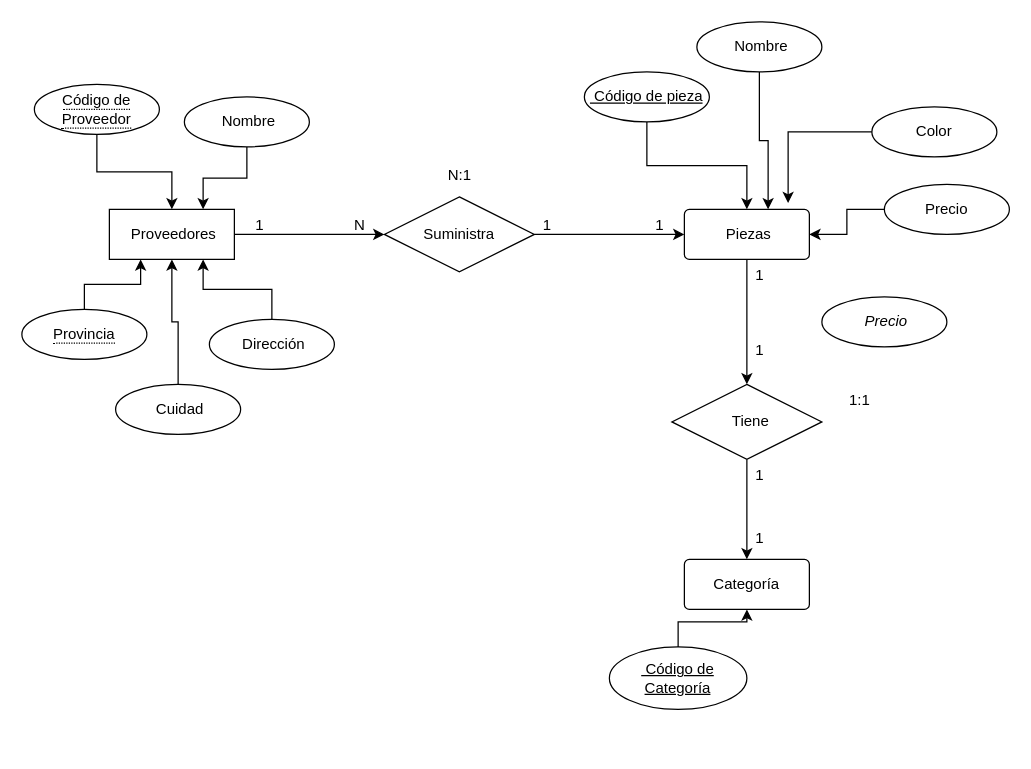
Earlier version of the draw.io diagram Diagrama sin título.drawio (KarlaCNS/pilares). Source tidied: cells renumbered, new cells numbered last; positions are measured from the earlier drawing's top-left corner, leaving out a move shared by most shapes. Both pictures are drawn from the tidied source at 125%, with x=0, y=0 at pixel (21, 21).
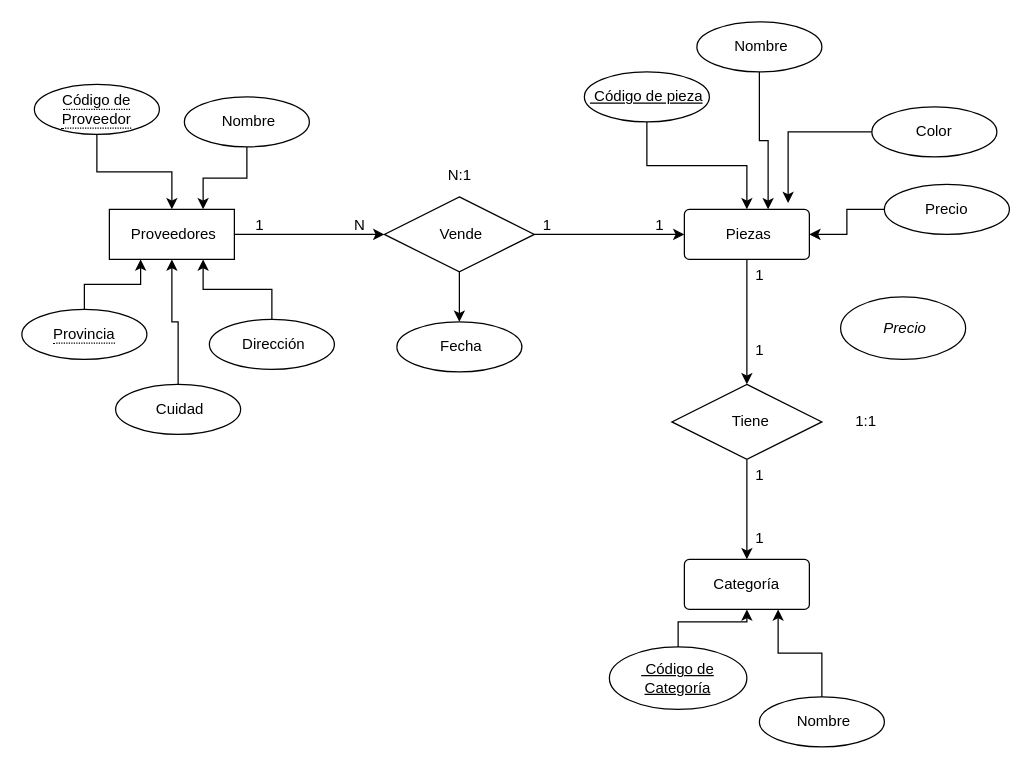
The same diagram, later.

The change refers to these unchanged cells:
```xml
<mxCell id="10" value="&amp;nbsp;Categoría&amp;nbsp;" style="rounded=1;arcSize=10;whiteSpace=wrap;html=1;align=center;" parent="1" vertex="1">
  <mxGeometry x="530" y="430" width="100" height="40" as="geometry" />
</mxCell>
```

Diff of the diagram source:
```diff
@@
+    <mxCell id="42" style="edgeStyle=orthogonalEdgeStyle;rounded=0;jettySize=auto;html=1;" parent="1" edge="1" source="5" target="45">
+      <mxGeometry relative="1" as="geometry" />
+    </mxCell>
-    <mxCell id="5" value="Suministra" style="shape=rhombus;perimeter=rhombusPerimeter;whiteSpace=wrap;html=1;align=center;" parent="1" vertex="1">
+    <mxCell id="5" value="&amp;nbsp;Vende" style="shape=rhombus;perimeter=rhombusPerimeter;whiteSpace=wrap;html=1;align=center;" parent="1" vertex="1">
       <mxGeometry x="290" y="140" width="120" height="60" as="geometry" />
     </mxCell>
@@
     <mxCell id="19" value="1:1" style="text;html=1;align=center;verticalAlign=middle;strokeColor=none;fillColor=none;" parent="1" vertex="1">
-      <mxGeometry x="650" y="288" width="40" height="30" as="geometry" />
+      <mxGeometry x="655" y="305" width="40" height="30" as="geometry" />
     </mxCell>
@@
     <mxCell id="35" value="&lt;i&gt;&amp;nbsp;Precio&lt;/i&gt;" style="ellipse;whiteSpace=wrap;html=1;align=center;" parent="1" vertex="1">
-      <mxGeometry x="640" y="220" width="100" height="40" as="geometry" />
+      <mxGeometry x="655" y="220" width="100" height="50" as="geometry" />
     </mxCell>
@@
+    <mxCell id="43" style="edgeStyle=orthogonalEdgeStyle;rounded=0;jettySize=auto;html=1;entryX=0.75;entryY=1;entryDx=0;entryDy=0;" parent="1" edge="1" source="44" target="10">
+      <mxGeometry relative="1" as="geometry" />
+    </mxCell>
+    <mxCell id="44" value="&amp;nbsp;Nombre" style="ellipse;whiteSpace=wrap;html=1;align=center;" parent="1" vertex="1">
+      <mxGeometry x="590" y="540" width="100" height="40" as="geometry" />
+    </mxCell>
+    <mxCell id="45" value="&amp;nbsp;Fecha" style="ellipse;whiteSpace=wrap;html=1;align=center;" parent="1" vertex="1">
+      <mxGeometry x="300" y="240" width="100" height="40" as="geometry" />
+    </mxCell>
```
